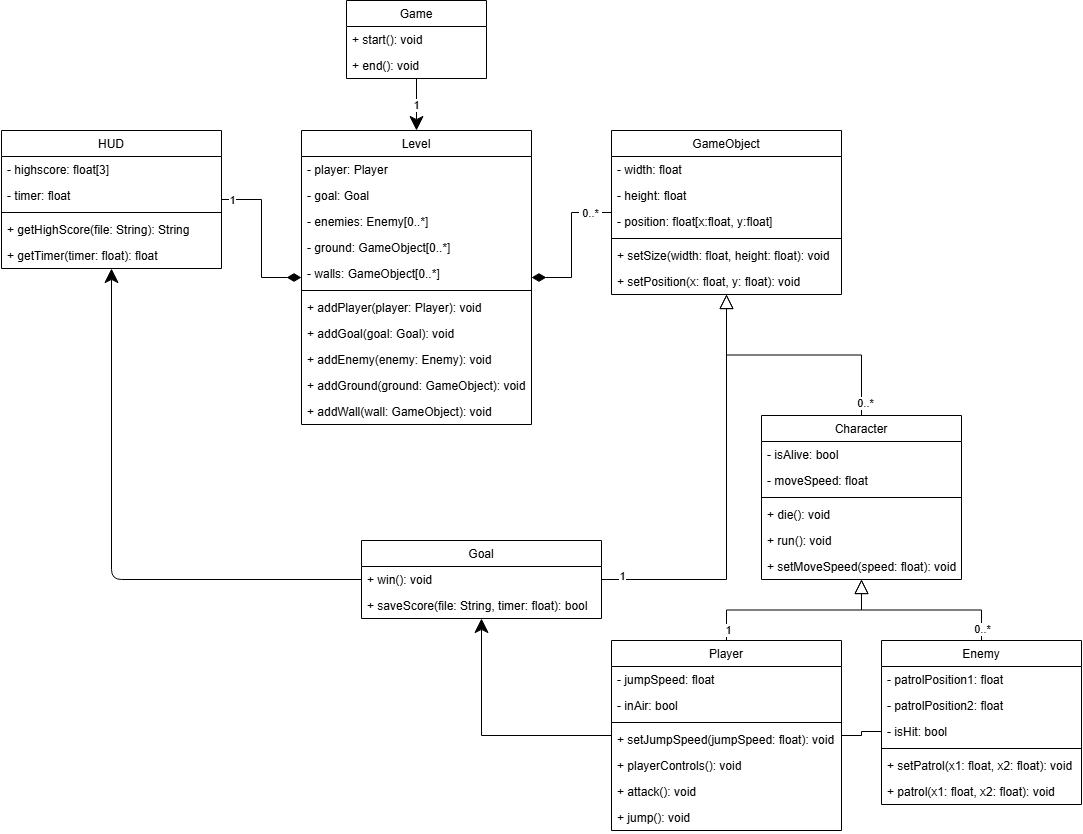
Before: class-diagram.drawio.png, a diagram exported from draw.io (OscarLarm/sfml-platformer). Source tidied: cells renumbered, new cells last; positions are measured from the earlier drawing's top-left corner, leaving out a move shared by most shapes.
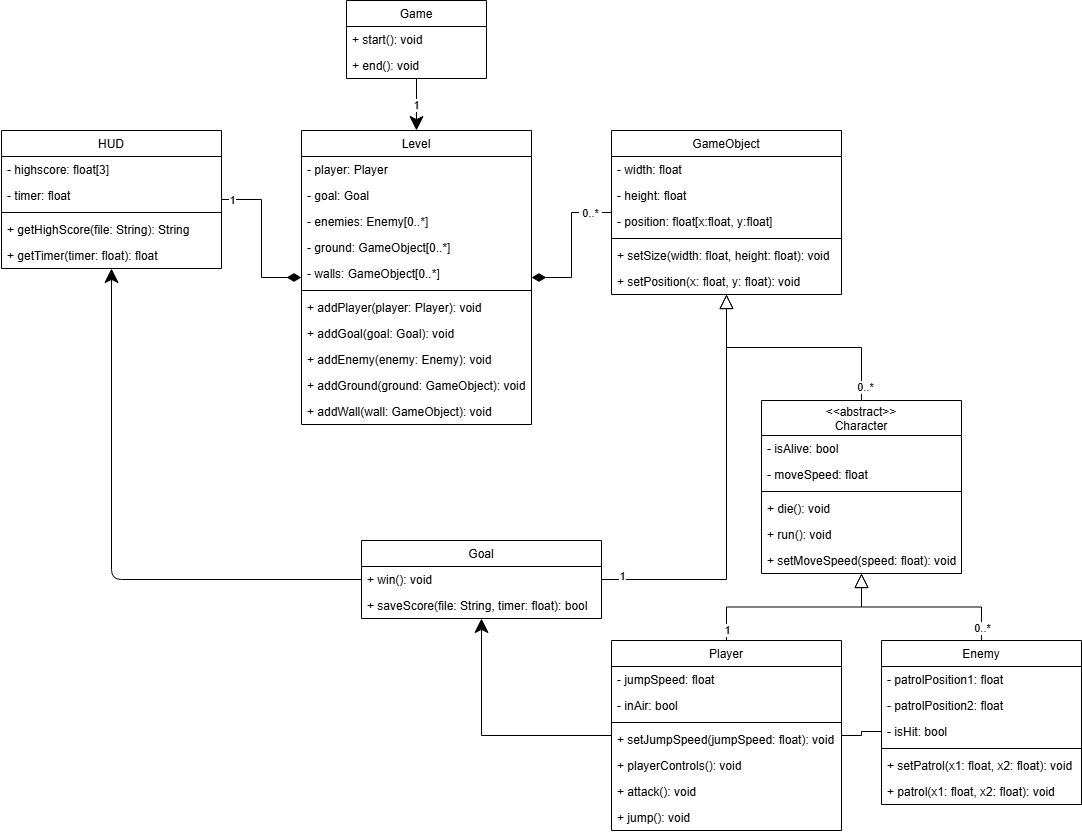
After the commit.

Commit message:
Clarify that Character is an abstract class in class-diagram.

The edit, as a diff of the source:
```diff
@@ -116,26 +116,26 @@
     <mxCell id="37" value="&amp;nbsp;0..*&amp;nbsp;" style="edgeLabel;html=1;align=center;verticalAlign=middle;" parent="36" vertex="1">
       <mxGeometry x="-0.89" y="-3" relative="1" as="geometry" />
     </mxCell>
-    <mxCell id="38" value="Character" style="swimlane;fontStyle=0;horizontal=1;startSize=26;fillColor=none;" parent="1" vertex="1">
-      <mxGeometry x="760" y="415" width="200" height="164" as="geometry" />
+    <mxCell id="38" value="&lt;&lt;abstract&gt;&gt;&#10;Character" style="swimlane;fontStyle=0;horizontal=1;startSize=35;spacing=2;spacingTop=0;spacingBottom=0;align=center;fillColor=default;" parent="1" vertex="1">
+      <mxGeometry x="760" y="400" width="200" height="173" as="geometry" />
     </mxCell>
-    <mxCell id="39" value="- isAlive: bool" style="text;strokeColor=none;fillColor=none;align=left;verticalAlign=top;spacingLeft=4;spacingRight=4;overflow=hidden;strokeWidth=2;" parent="38" vertex="1">
-      <mxGeometry y="26" width="200" height="26" as="geometry" />
+    <mxCell id="39" value="- isAlive: bool" style="text;align=left;verticalAlign=top;spacingLeft=4;spacingRight=4;overflow=hidden;strokeWidth=2;" parent="38" vertex="1">
+      <mxGeometry y="35" width="200" height="26" as="geometry" />
     </mxCell>
     <mxCell id="40" value="- moveSpeed: float" style="text;strokeColor=none;fillColor=none;align=left;verticalAlign=top;spacingLeft=4;spacingRight=4;overflow=hidden;strokeWidth=2;" parent="38" vertex="1">
-      <mxGeometry y="52" width="200" height="26" as="geometry" />
+      <mxGeometry y="61" width="200" height="26" as="geometry" />
     </mxCell>
     <mxCell id="41" style="line;strokeWidth=1;fillColor=none;align=left;verticalAlign=middle;spacingTop=-1;spacingLeft=3;spacingRight=3;labelPosition=right;strokeColor=inherit;" parent="38" vertex="1">
-      <mxGeometry y="78" width="200" height="8" as="geometry" />
+      <mxGeometry y="87" width="200" height="8" as="geometry" />
     </mxCell>
     <mxCell id="42" value="+ die(): void" style="text;strokeColor=none;fillColor=none;align=left;verticalAlign=top;spacingLeft=4;spacingRight=4;overflow=hidden;strokeWidth=2;" parent="38" vertex="1">
-      <mxGeometry y="86" width="200" height="26" as="geometry" />
+      <mxGeometry y="95" width="200" height="26" as="geometry" />
     </mxCell>
     <mxCell id="43" value="+ run(): void" style="text;strokeColor=none;fillColor=none;align=left;verticalAlign=top;spacingLeft=4;spacingRight=4;overflow=hidden;strokeWidth=2;" parent="38" vertex="1">
-      <mxGeometry y="112" width="200" height="26" as="geometry" />
+      <mxGeometry y="121" width="200" height="26" as="geometry" />
     </mxCell>
     <mxCell id="44" value="+ setMoveSpeed(speed: float): void" style="text;strokeColor=none;fillColor=none;align=left;verticalAlign=top;spacingLeft=4;spacingRight=4;overflow=hidden;strokeWidth=2;" parent="38" vertex="1">
-      <mxGeometry y="138" width="200" height="26" as="geometry" />
+      <mxGeometry y="147" width="200" height="26" as="geometry" />
     </mxCell>
     <mxCell id="45" style="edgeStyle=orthogonalEdgeStyle;rounded=0;html=1;strokeWidth=1;endArrow=block;endFill=0;endSize=12;" parent="1" edge="1" source="48" target="38">
       <mxGeometry relative="1" as="geometry" />
```
